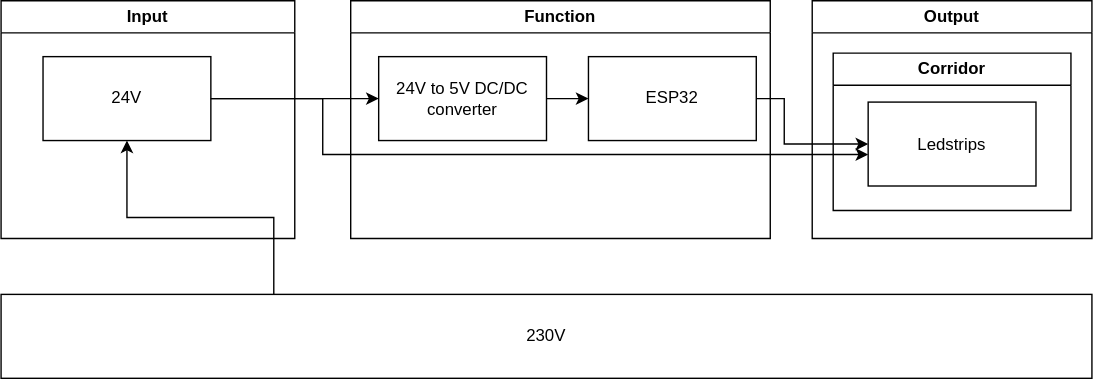
Before: docs/exports/HardwareArchitectureDiagram_light.svg, a diagram exported from draw.io (vives-project-xp/InteractiveCorridor). Source tidied: cells renumbered, new cells last; positions are measured from the earlier drawing's top-left corner, leaving out a move shared by most shapes. The source it was exported from:
```xml
<mxGraphModel>
  <root>
    <mxCell id="0" />
    <mxCell id="1" parent="0" />
    <mxCell id="2" value="Input" style="swimlane;whiteSpace=wrap;html=1;" parent="1" vertex="1">
      <mxGeometry width="210" height="170" as="geometry" />
    </mxCell>
    <mxCell id="3" value="24V" style="rounded=0;whiteSpace=wrap;html=1;" parent="2" vertex="1">
      <mxGeometry x="30" y="40" width="120" height="60" as="geometry" />
    </mxCell>
    <mxCell id="4" value="Function" style="swimlane;whiteSpace=wrap;html=1;" parent="1" vertex="1">
      <mxGeometry x="250" width="300" height="170" as="geometry" />
    </mxCell>
    <mxCell id="5" value="24V to 5V DC/DC converter" style="rounded=0;whiteSpace=wrap;html=1;" parent="4" vertex="1">
      <mxGeometry x="20" y="40" width="120" height="60" as="geometry" />
    </mxCell>
    <mxCell id="6" value="ESP32" style="rounded=0;whiteSpace=wrap;html=1;" parent="4" vertex="1">
      <mxGeometry x="170" y="40" width="120" height="60" as="geometry" />
    </mxCell>
    <mxCell id="7" style="edgeStyle=orthogonalEdgeStyle;rounded=0;html=1;entryX=0;entryY=0.5;entryDx=0;entryDy=0;strokeColor=default;exitX=1;exitY=0.5;exitDx=0;exitDy=0;" parent="4" edge="1" source="5" target="6">
      <mxGeometry relative="1" as="geometry" />
    </mxCell>
    <mxCell id="8" value="Output" style="swimlane;whiteSpace=wrap;html=1;" parent="1" vertex="1">
      <mxGeometry x="580" width="200" height="170" as="geometry" />
    </mxCell>
    <mxCell id="9" value="Corridor" style="swimlane;whiteSpace=wrap;html=1;" parent="8" vertex="1">
      <mxGeometry x="15" y="37.5" width="170" height="112.5" as="geometry" />
    </mxCell>
    <mxCell id="10" value="Ledstrips" style="rounded=0;whiteSpace=wrap;html=1;" parent="9" vertex="1">
      <mxGeometry x="25" y="35" width="120" height="60" as="geometry" />
    </mxCell>
    <mxCell id="11" style="edgeStyle=orthogonalEdgeStyle;rounded=0;html=1;exitX=0.25;exitY=0;exitDx=0;exitDy=0;entryX=0.5;entryY=1;entryDx=0;entryDy=0;strokeColor=default;" parent="1" edge="1" source="12" target="3">
      <mxGeometry relative="1" as="geometry" />
    </mxCell>
    <mxCell id="12" value="230V" style="rounded=0;whiteSpace=wrap;html=1;" parent="1" vertex="1">
      <mxGeometry y="210" width="780" height="60" as="geometry" />
    </mxCell>
    <mxCell id="13" style="edgeStyle=orthogonalEdgeStyle;rounded=0;html=1;entryX=0;entryY=0.5;entryDx=0;entryDy=0;strokeColor=default;" parent="1" edge="1" source="3" target="5">
      <mxGeometry relative="1" as="geometry" />
    </mxCell>
    <mxCell id="14" style="edgeStyle=orthogonalEdgeStyle;rounded=0;html=1;entryX=0;entryY=0.5;entryDx=0;entryDy=0;strokeColor=default;" parent="1" edge="1" source="6" target="10">
      <mxGeometry relative="1" as="geometry">
        <Array as="points">
          <mxPoint x="560" y="70" />
          <mxPoint x="560" y="103" />
        </Array>
      </mxGeometry>
    </mxCell>
    <mxCell id="15" style="edgeStyle=orthogonalEdgeStyle;rounded=0;html=1;strokeColor=default;" parent="1" edge="1" source="3" target="10">
      <mxGeometry relative="1" as="geometry">
        <Array as="points">
          <mxPoint x="230" y="70" />
          <mxPoint x="230" y="110" />
        </Array>
      </mxGeometry>
    </mxCell>
  </root>
</mxGraphModel>
```
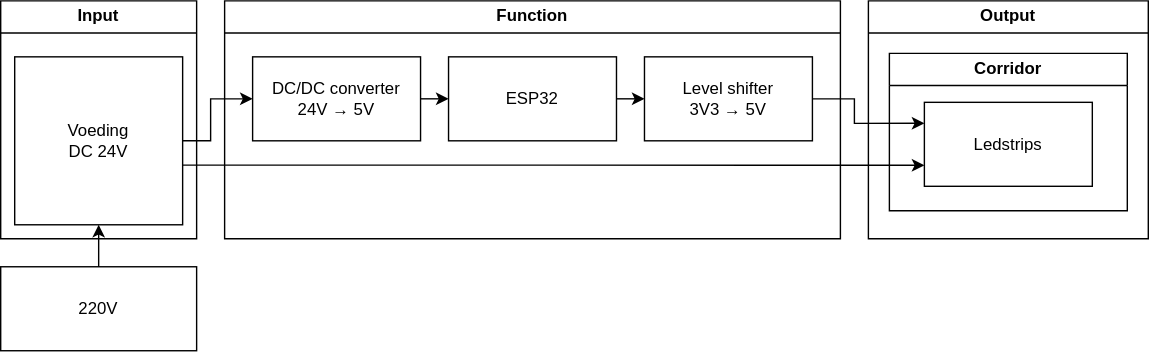
Above is the later version.

Commit message:
Update hardware arch diagram #46

Diff of the diagram source:
```diff
@@ -2,57 +2,63 @@
   <root>
     <mxCell id="0" />
     <mxCell id="1" parent="0" />
-    <mxCell id="2" value="Input" style="swimlane;whiteSpace=wrap;html=1;" parent="1" vertex="1">
-      <mxGeometry width="210" height="170" as="geometry" />
+    <mxCell id="2" value="Input" style="swimlane;whiteSpace=wrap;html=1;fillColor=none;" parent="1" vertex="1">
+      <mxGeometry x="-10" y="-120" width="140" height="170" as="geometry" />
     </mxCell>
-    <mxCell id="3" value="24V" style="rounded=0;whiteSpace=wrap;html=1;" parent="2" vertex="1">
-      <mxGeometry x="30" y="40" width="120" height="60" as="geometry" />
+    <mxCell id="3" value="Voeding&lt;br&gt;DC 24V" style="rounded=0;whiteSpace=wrap;html=1;fillColor=none;" parent="2" vertex="1">
+      <mxGeometry x="10" y="40" width="120" height="120" as="geometry" />
     </mxCell>
-    <mxCell id="4" value="Function" style="swimlane;whiteSpace=wrap;html=1;" parent="1" vertex="1">
-      <mxGeometry x="250" width="300" height="170" as="geometry" />
+    <mxCell id="4" value="Function" style="swimlane;whiteSpace=wrap;html=1;fillColor=none;" parent="1" vertex="1">
+      <mxGeometry x="150" y="-120" width="440" height="170" as="geometry" />
     </mxCell>
-    <mxCell id="5" value="24V to 5V DC/DC converter" style="rounded=0;whiteSpace=wrap;html=1;" parent="4" vertex="1">
+    <mxCell id="5" value="DC/DC converter&lt;br&gt;24V&amp;nbsp;→ 5V" style="rounded=0;whiteSpace=wrap;html=1;fillColor=none;" parent="4" vertex="1">
       <mxGeometry x="20" y="40" width="120" height="60" as="geometry" />
     </mxCell>
+    <mxCell id="16" style="edgeStyle=orthogonalEdgeStyle;rounded=0;html=1;exitX=1;exitY=0.5;exitDx=0;exitDy=0;entryX=0;entryY=0.5;entryDx=0;entryDy=0;fillColor=none;" parent="4" edge="1" source="6" target="17">
+      <mxGeometry relative="1" as="geometry" />
+    </mxCell>
-    <mxCell id="6" value="ESP32" style="rounded=0;whiteSpace=wrap;html=1;" parent="4" vertex="1">
-      <mxGeometry x="170" y="40" width="120" height="60" as="geometry" />
+    <mxCell id="6" value="ESP32" style="rounded=0;whiteSpace=wrap;html=1;fillColor=none;" parent="4" vertex="1">
+      <mxGeometry x="160" y="40" width="120" height="60" as="geometry" />
     </mxCell>
-    <mxCell id="7" style="edgeStyle=orthogonalEdgeStyle;rounded=0;html=1;entryX=0;entryY=0.5;entryDx=0;entryDy=0;strokeColor=default;exitX=1;exitY=0.5;exitDx=0;exitDy=0;" parent="4" edge="1" source="5" target="6">
+    <mxCell id="7" style="edgeStyle=orthogonalEdgeStyle;rounded=0;html=1;entryX=0;entryY=0.5;entryDx=0;entryDy=0;exitX=1;exitY=0.5;exitDx=0;exitDy=0;fillColor=none;" parent="4" edge="1" source="5" target="6">
       <mxGeometry relative="1" as="geometry" />
     </mxCell>
+    <mxCell id="17" value="Level shifter&lt;br&gt;3V3&amp;nbsp;→ 5V" style="rounded=0;whiteSpace=wrap;html=1;fillColor=none;" parent="4" vertex="1">
+      <mxGeometry x="300" y="40" width="120" height="60" as="geometry" />
+    </mxCell>
-    <mxCell id="8" value="Output" style="swimlane;whiteSpace=wrap;html=1;" parent="1" vertex="1">
-      <mxGeometry x="580" width="200" height="170" as="geometry" />
+    <mxCell id="8" value="Output" style="swimlane;whiteSpace=wrap;html=1;fillColor=none;" parent="1" vertex="1">
+      <mxGeometry x="610" y="-120" width="200" height="170" as="geometry" />
     </mxCell>
-    <mxCell id="9" value="Corridor" style="swimlane;whiteSpace=wrap;html=1;" parent="8" vertex="1">
+    <mxCell id="9" value="Corridor" style="swimlane;whiteSpace=wrap;html=1;fillColor=none;" parent="8" vertex="1">
       <mxGeometry x="15" y="37.5" width="170" height="112.5" as="geometry" />
     </mxCell>
-    <mxCell id="10" value="Ledstrips" style="rounded=0;whiteSpace=wrap;html=1;" parent="9" vertex="1">
+    <mxCell id="10" value="Ledstrips" style="rounded=0;whiteSpace=wrap;html=1;fillColor=none;" parent="9" vertex="1">
       <mxGeometry x="25" y="35" width="120" height="60" as="geometry" />
     </mxCell>
-    <mxCell id="11" style="edgeStyle=orthogonalEdgeStyle;rounded=0;html=1;exitX=0.25;exitY=0;exitDx=0;exitDy=0;entryX=0.5;entryY=1;entryDx=0;entryDy=0;strokeColor=default;" parent="1" edge="1" source="12" target="3">
+    <mxCell id="11" style="edgeStyle=orthogonalEdgeStyle;rounded=0;html=1;exitX=0.5;exitY=0;exitDx=0;exitDy=0;fillColor=none;" parent="1" edge="1" source="12" target="3">
       <mxGeometry relative="1" as="geometry" />
     </mxCell>
-    <mxCell id="12" value="230V" style="rounded=0;whiteSpace=wrap;html=1;" parent="1" vertex="1">
-      <mxGeometry y="210" width="780" height="60" as="geometry" />
+    <mxCell id="12" value="220V" style="rounded=0;whiteSpace=wrap;html=1;fillColor=none;" parent="1" vertex="1">
+      <mxGeometry x="-10" y="70" width="140" height="60" as="geometry" />
     </mxCell>
-    <mxCell id="13" style="edgeStyle=orthogonalEdgeStyle;rounded=0;html=1;entryX=0;entryY=0.5;entryDx=0;entryDy=0;strokeColor=default;" parent="1" edge="1" source="3" target="5">
-      <mxGeometry relative="1" as="geometry" />
+    <mxCell id="13" style="edgeStyle=orthogonalEdgeStyle;html=1;exitX=1;exitY=0.5;exitDx=0;exitDy=0;entryX=0;entryY=0.5;entryDx=0;entryDy=0;rounded=0;fillColor=none;" parent="1" edge="1" source="3" target="5">
+      <mxGeometry relative="1" as="geometry">
+        <Array as="points">
+          <mxPoint x="140" y="-20" />
+          <mxPoint x="140" y="-50" />
+        </Array>
+      </mxGeometry>
     </mxCell>
-    <mxCell id="14" style="edgeStyle=orthogonalEdgeStyle;rounded=0;html=1;entryX=0;entryY=0.5;entryDx=0;entryDy=0;strokeColor=default;" parent="1" edge="1" source="6" target="10">
-      <mxGeometry relative="1" as="geometry">
-        <Array as="points">
-          <mxPoint x="560" y="70" />
-          <mxPoint x="560" y="103" />
-        </Array>
-      </mxGeometry>
-    </mxCell>
+    <mxCell id="18" style="edgeStyle=orthogonalEdgeStyle;rounded=0;html=1;exitX=1;exitY=0.5;exitDx=0;exitDy=0;entryX=0;entryY=0.25;entryDx=0;entryDy=0;fillColor=none;" parent="1" edge="1" source="17" target="10">
+      <mxGeometry relative="1" as="geometry">
+        <Array as="points">
+          <mxPoint x="600" y="-50" />
+          <mxPoint x="600" y="-32" />
+        </Array>
+      </mxGeometry>
+    </mxCell>
-    <mxCell id="15" style="edgeStyle=orthogonalEdgeStyle;rounded=0;html=1;strokeColor=default;" parent="1" edge="1" source="3" target="10">
-      <mxGeometry relative="1" as="geometry">
-        <Array as="points">
-          <mxPoint x="230" y="70" />
-          <mxPoint x="230" y="110" />
-        </Array>
-      </mxGeometry>
+    <mxCell id="15" style="edgeStyle=orthogonalEdgeStyle;rounded=0;html=1;exitX=0.999;exitY=0.645;exitDx=0;exitDy=0;entryX=0;entryY=0.75;entryDx=0;entryDy=0;exitPerimeter=0;fillColor=none;" parent="1" edge="1" source="3" target="10">
+      <mxGeometry relative="1" as="geometry" />
     </mxCell>
   </root>
 </mxGraphModel>
```
